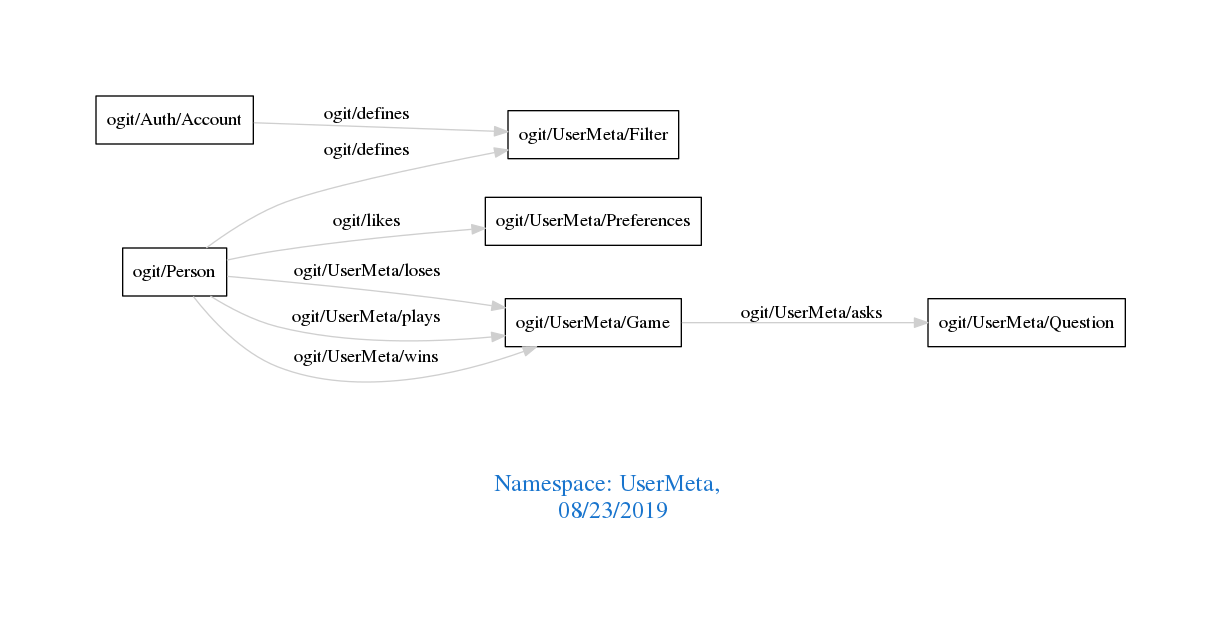
Earlier version of the Graphviz export downloads/UserMeta.png (arago/OGIT). Its source is kept beside it as downloads/UserMeta.dot.
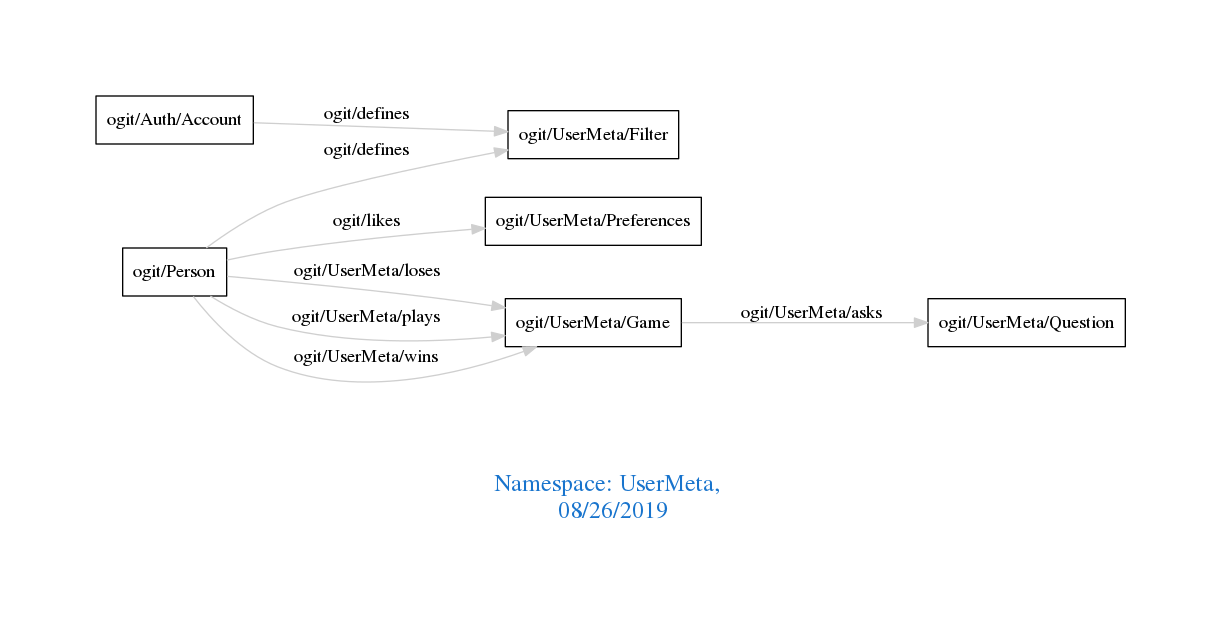
Above is the later version.

The edit, as a diff of the source:
```diff
@@ -1,7 +1,7 @@
 digraph OGIT_ontology {
  graph [ rankdir= LR,pad=1
 fontsize = 18,
-fontcolor= dodgerblue3,label = "\n\n\nNamespace: UserMeta, \n 08/23/2019"];
+fontcolor= dodgerblue3,label = "\n\n\nNamespace: UserMeta, \n 08/26/2019"];
 node[shape=polygon];
 edge [  color="gray81"];
 
```
